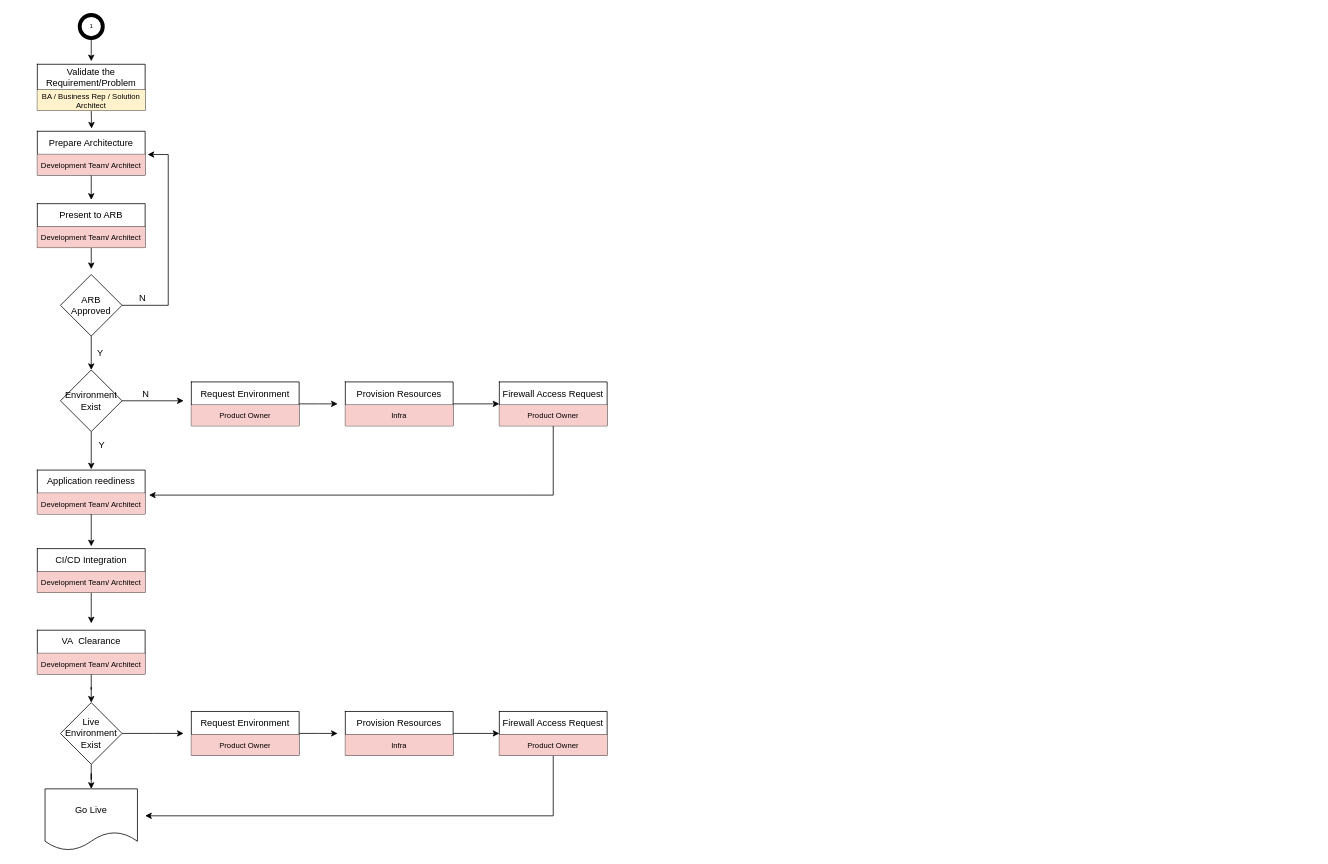
Before: new-project.drawio in WPRANEETH1/diagrams, a draw.io diagram. Source tidied: cells renumbered, new cells numbered last; positions are measured from the earlier drawing's top-left corner, leaving out a move shared by most shapes. Both pictures are drawn from the tidied source at 77%, with x=0, y=0 at pixel (37, 15).
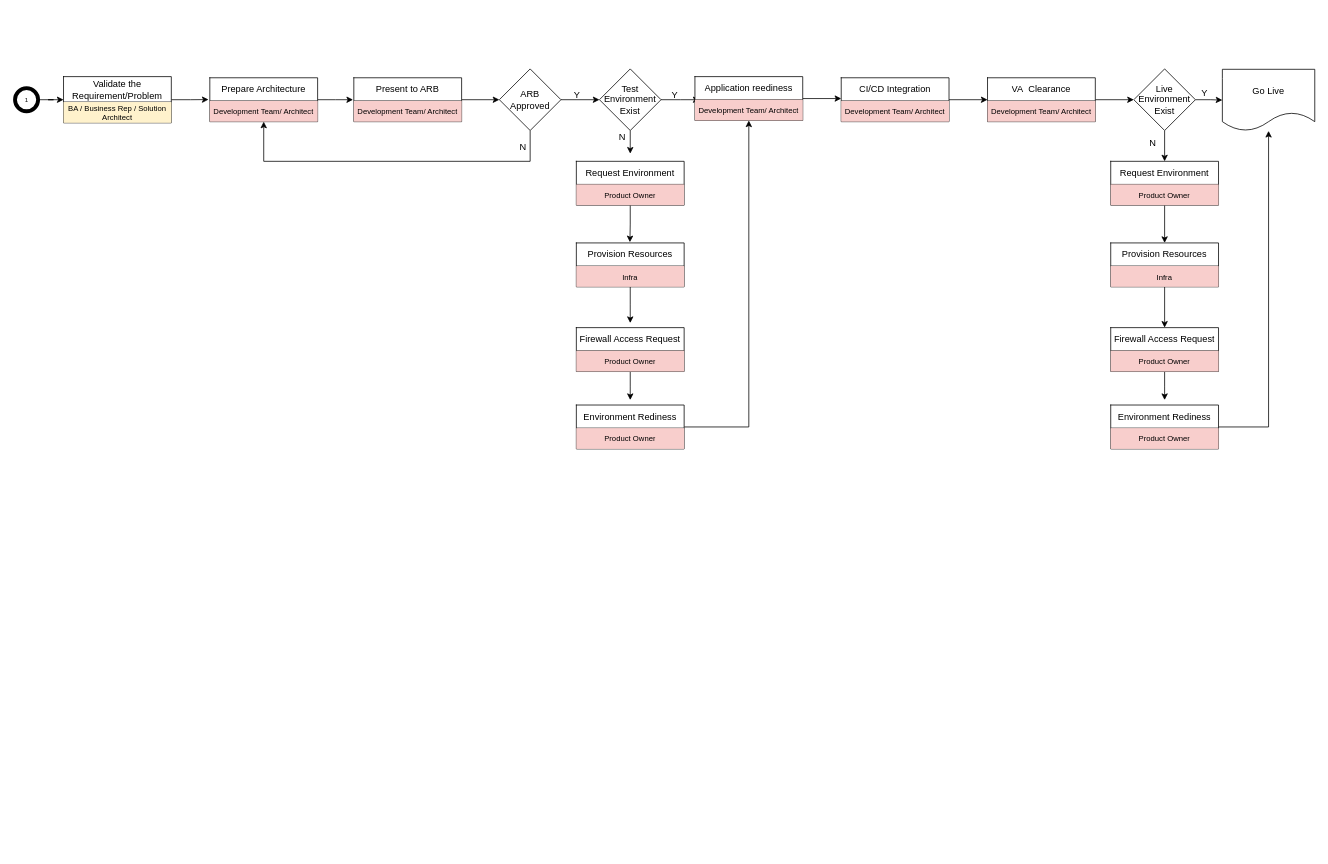
The same diagram, later.

Unchanged cells that the change refers to:
```xml
<mxCell id="13" style="shape=tableRow;horizontal=0;startSize=0;swimlaneHead=0;swimlaneBody=0;top=0;left=0;bottom=0;right=0;fillColor=none;points=[[0,0.5],[1,0.5]];portConstraint=eastwest;" parent="12" vertex="1">
  <mxGeometry width="140" height="30" as="geometry" />
</mxCell>
<mxCell id="35" style="shape=tableRow;horizontal=0;startSize=0;swimlaneHead=0;swimlaneBody=0;top=0;left=0;bottom=0;right=0;fillColor=none;points=[[0,0.5],[1,0.5]];portConstraint=eastwest;" parent="34" vertex="1">
  <mxGeometry width="140" height="30" as="geometry" />
</mxCell>
<mxCell id="44" style="shape=tableRow;horizontal=0;startSize=0;swimlaneHead=0;swimlaneBody=0;top=0;left=0;bottom=0;right=0;fillColor=none;points=[[0,0.5],[1,0.5]];portConstraint=eastwest;" parent="43" vertex="1">
  <mxGeometry width="140" height="30" as="geometry" />
</mxCell>
<mxCell id="56" style="shape=tableRow;horizontal=0;startSize=0;swimlaneHead=0;swimlaneBody=0;top=0;left=0;bottom=0;right=0;fillColor=none;points=[[0,0.5],[1,0.5]];portConstraint=eastwest;" parent="55" vertex="1">
  <mxGeometry width="140" height="30" as="geometry" />
</mxCell>
<mxCell id="62" style="shape=tableRow;horizontal=0;startSize=0;swimlaneHead=0;swimlaneBody=0;top=0;left=0;bottom=0;right=0;fillColor=none;points=[[0,0.5],[1,0.5]];portConstraint=eastwest;" parent="61" vertex="1">
  <mxGeometry width="140" height="30" as="geometry" />
</mxCell>
<mxCell id="68" style="shape=tableRow;horizontal=0;startSize=0;swimlaneHead=0;swimlaneBody=0;top=0;left=0;bottom=0;right=0;fillColor=none;points=[[0,0.5],[1,0.5]];portConstraint=eastwest;" parent="67" vertex="1">
  <mxGeometry width="140" height="30" as="geometry" />
</mxCell>
<mxCell id="74" style="shape=tableRow;horizontal=0;startSize=0;swimlaneHead=0;swimlaneBody=0;top=0;left=0;bottom=0;right=0;fillColor=none;points=[[0,0.5],[1,0.5]];portConstraint=eastwest;" parent="73" vertex="1">
  <mxGeometry width="140" height="30" as="geometry" />
</mxCell>
<mxCell id="80" style="shape=tableRow;horizontal=0;startSize=0;swimlaneHead=0;swimlaneBody=0;top=0;left=0;bottom=0;right=0;fillColor=none;points=[[0,0.5],[1,0.5]];portConstraint=eastwest;" parent="79" vertex="1">
  <mxGeometry width="140" height="30" as="geometry" />
</mxCell>
```

Diff of the diagram source:
```diff
@@
-    <mxCell id="2" style="edgeStyle=orthogonalEdgeStyle;rounded=0;jettySize=auto;html=1;" parent="1" edge="1" source="4">
-      <mxGeometry relative="1" as="geometry">
-        <mxPoint x="190" y="501" as="targetPoint" />
-      </mxGeometry>
-    </mxCell>
-    <mxCell id="3" style="edgeStyle=orthogonalEdgeStyle;rounded=0;jettySize=auto;html=1;entryX=0.5;entryY=-0.033;entryDx=0;entryDy=0;entryPerimeter=0;" parent="1" edge="1" source="4" target="35">
-      <mxGeometry relative="1" as="geometry" />
-    </mxCell>
+    <mxCell id="90" style="edgeStyle=orthogonalEdgeStyle;rounded=0;jettySize=auto;html=1;fontSize=11;" parent="1" edge="1" source="4">
+      <mxGeometry relative="1" as="geometry">
+        <mxPoint x="860" y="110" as="targetPoint" />
+      </mxGeometry>
+    </mxCell>
+    <mxCell id="91" style="edgeStyle=orthogonalEdgeStyle;rounded=0;jettySize=auto;html=1;fontSize=11;" parent="1" edge="1" source="4">
+      <mxGeometry relative="1" as="geometry">
+        <mxPoint x="770" y="180" as="targetPoint" />
+      </mxGeometry>
+    </mxCell>
-    <mxCell id="4" value="Environment Exist" style="rhombus;whiteSpace=wrap;html=1;" parent="1" vertex="1">
-      <mxGeometry x="30" y="461" width="80" height="80" as="geometry" />
+    <mxCell id="4" value="Test Environment Exist" style="rhombus;whiteSpace=wrap;html=1;" parent="1" vertex="1">
+      <mxGeometry x="730" y="70" width="80" height="80" as="geometry" />
     </mxCell>
-    <mxCell id="5" style="edgeStyle=orthogonalEdgeStyle;rounded=0;jettySize=auto;html=1;exitX=0.5;exitY=1;exitDx=0;exitDy=0;entryX=0.503;entryY=-0.119;entryDx=0;entryDy=0;entryPerimeter=0;" parent="1" edge="1" source="6" target="13">
+    <mxCell id="5" style="edgeStyle=orthogonalEdgeStyle;rounded=0;jettySize=auto;html=1;entryX=-0.012;entryY=0.944;entryDx=0;entryDy=0;entryPerimeter=0;" parent="1" edge="1" source="6" target="13">
       <mxGeometry relative="1" as="geometry" />
     </mxCell>
-    <mxCell id="6" style="shape=table;startSize=0;childLayout=tableLayout;" parent="1" vertex="1">
-      <mxGeometry y="64" width="140" height="60" as="geometry" />
+    <mxCell id="6" style="shape=table;startSize=0;childLayout=tableLayout;fontSize=12;" parent="1" vertex="1">
+      <mxGeometry x="34" y="80" width="140" height="60" as="geometry" />
     </mxCell>
@@
-    <mxCell id="11" style="edgeStyle=orthogonalEdgeStyle;rounded=0;jettySize=auto;html=1;" parent="1" edge="1" source="12">
-      <mxGeometry relative="1" as="geometry">
-        <mxPoint x="70" y="240" as="targetPoint" />
-      </mxGeometry>
-    </mxCell>
+    <mxCell id="92" style="edgeStyle=orthogonalEdgeStyle;rounded=0;jettySize=auto;html=1;" parent="1" edge="1" source="12">
+      <mxGeometry relative="1" as="geometry">
+        <mxPoint x="410" y="110" as="targetPoint" />
+      </mxGeometry>
+    </mxCell>
     <mxCell id="12" style="shape=table;startSize=0;childLayout=tableLayout;" parent="1" vertex="1">
-      <mxGeometry y="151" width="140" height="57" as="geometry" />
+      <mxGeometry x="224" y="81.5" width="140" height="57" as="geometry" />
     </mxCell>
@@
-    <mxCell id="17" style="edgeStyle=orthogonalEdgeStyle;rounded=0;jettySize=auto;html=1;" parent="1" edge="1" source="18">
-      <mxGeometry relative="1" as="geometry">
-        <mxPoint x="70" y="330" as="targetPoint" />
-      </mxGeometry>
-    </mxCell>
+    <mxCell id="93" style="edgeStyle=orthogonalEdgeStyle;rounded=0;jettySize=auto;html=1;entryX=0;entryY=0.5;entryDx=0;entryDy=0;fontSize=11;" parent="1" edge="1" source="18" target="25">
+      <mxGeometry relative="1" as="geometry" />
+    </mxCell>
     <mxCell id="18" style="shape=table;startSize=0;childLayout=tableLayout;" parent="1" vertex="1">
-      <mxGeometry y="245" width="140" height="57" as="geometry" />
+      <mxGeometry x="411" y="81.5" width="140" height="57" as="geometry" />
     </mxCell>
@@
-    <mxCell id="23" style="edgeStyle=orthogonalEdgeStyle;rounded=0;jettySize=auto;html=1;entryX=0.5;entryY=0;entryDx=0;entryDy=0;" parent="1" edge="1" source="25" target="4">
+    <mxCell id="23" style="edgeStyle=orthogonalEdgeStyle;rounded=0;jettySize=auto;html=1;entryX=0;entryY=0.5;entryDx=0;entryDy=0;fontSize=11;" parent="1" edge="1" source="25" target="4">
       <mxGeometry relative="1" as="geometry" />
     </mxCell>
-    <mxCell id="24" style="edgeStyle=orthogonalEdgeStyle;rounded=0;jettySize=auto;html=1;entryX=1.023;entryY=1.006;entryDx=0;entryDy=0;entryPerimeter=0;" parent="1" edge="1" source="25" target="13">
-      <mxGeometry relative="1" as="geometry">
-        <Array as="points">
-          <mxPoint x="170" y="377" />
-          <mxPoint x="170" y="181" />
-        </Array>
-      </mxGeometry>
-    </mxCell>
+    <mxCell id="94" style="edgeStyle=orthogonalEdgeStyle;rounded=0;jettySize=auto;html=1;entryX=0.5;entryY=1;entryDx=0;entryDy=0;fontSize=11;" parent="1" edge="1" source="25" target="12">
+      <mxGeometry relative="1" as="geometry">
+        <Array as="points">
+          <mxPoint x="640" y="190" />
+          <mxPoint x="294" y="190" />
+        </Array>
+      </mxGeometry>
+    </mxCell>
     <mxCell id="25" value="ARB Approved" style="rhombus;whiteSpace=wrap;html=1;startSize=0;" parent="1" vertex="1">
-      <mxGeometry x="30" y="337" width="80" height="80" as="geometry" />
+      <mxGeometry x="600" y="70" width="80" height="80" as="geometry" />
     </mxCell>
     <mxCell id="26" value="Go Live" style="shape=document;whiteSpace=wrap;html=1;boundedLbl=1;startSize=0;" parent="1" vertex="1">
-      <mxGeometry x="10" y="1005" width="120" height="80" as="geometry" />
+      <mxGeometry x="1539" y="70.5" width="120" height="80" as="geometry" />
     </mxCell>
-    <mxCell id="27" style="edgeStyle=orthogonalEdgeStyle;rounded=0;jettySize=auto;html=1;" parent="1" edge="1" source="28">
-      <mxGeometry relative="1" as="geometry">
-        <mxPoint x="390" y="505" as="targetPoint" />
-      </mxGeometry>
-    </mxCell>
+    <mxCell id="95" style="edgeStyle=orthogonalEdgeStyle;rounded=0;jettySize=auto;html=1;entryX=0.497;entryY=-0.031;entryDx=0;entryDy=0;entryPerimeter=0;fontSize=11;" parent="1" edge="1" source="28" target="62">
+      <mxGeometry relative="1" as="geometry" />
+    </mxCell>
     <mxCell id="28" style="shape=table;startSize=0;childLayout=tableLayout;" parent="1" vertex="1">
-      <mxGeometry x="200" y="476.5" width="140" height="57" as="geometry" />
+      <mxGeometry x="700" y="190" width="140" height="57" as="geometry" />
     </mxCell>
@@
-    <mxCell id="33" style="edgeStyle=orthogonalEdgeStyle;rounded=0;jettySize=auto;html=1;" parent="1" edge="1" source="34">
-      <mxGeometry relative="1" as="geometry">
-        <mxPoint x="70" y="690" as="targetPoint" />
-      </mxGeometry>
-    </mxCell>
+    <mxCell id="96" style="edgeStyle=orthogonalEdgeStyle;rounded=0;jettySize=auto;html=1;entryX=0;entryY=0.9;entryDx=0;entryDy=0;entryPerimeter=0;fontSize=11;" parent="1" edge="1" source="34" target="44">
+      <mxGeometry relative="1" as="geometry" />
+    </mxCell>
     <mxCell id="34" style="shape=table;startSize=0;childLayout=tableLayout;" parent="1" vertex="1">
-      <mxGeometry y="591" width="140" height="57" as="geometry" />
+      <mxGeometry x="854" y="80" width="140" height="57" as="geometry" />
     </mxCell>
@@
+    <mxCell id="97" style="edgeStyle=orthogonalEdgeStyle;rounded=0;jettySize=auto;html=1;entryX=0.5;entryY=0;entryDx=0;entryDy=0;entryPerimeter=0;fontSize=11;" parent="1" edge="1" source="41" target="74">
+      <mxGeometry relative="1" as="geometry" />
+    </mxCell>
-    <mxCell id="39" style="edgeStyle=orthogonalEdgeStyle;rounded=0;jettySize=auto;html=1;entryX=0.5;entryY=0;entryDx=0;entryDy=0;" parent="1" edge="1" source="41" target="26">
+    <mxCell id="39" style="edgeStyle=orthogonalEdgeStyle;rounded=0;jettySize=auto;html=1;entryX=0;entryY=0.5;entryDx=0;entryDy=0;fontSize=11;" parent="1" edge="1" source="41" target="26">
       <mxGeometry relative="1" as="geometry" />
     </mxCell>
-    <mxCell id="40" style="edgeStyle=orthogonalEdgeStyle;rounded=0;jettySize=auto;html=1;" parent="1" edge="1" source="41">
-      <mxGeometry relative="1" as="geometry">
-        <mxPoint x="190" y="933" as="targetPoint" />
-      </mxGeometry>
-    </mxCell>
     <mxCell id="41" value="Live Environment Exist" style="rhombus;whiteSpace=wrap;html=1;" parent="1" vertex="1">
-      <mxGeometry x="30" y="893" width="80" height="80" as="geometry" />
+      <mxGeometry x="1424" y="70" width="80" height="80" as="geometry" />
     </mxCell>
-    <mxCell id="42" style="edgeStyle=orthogonalEdgeStyle;rounded=0;jettySize=auto;html=1;" parent="1" edge="1" source="43">
-      <mxGeometry relative="1" as="geometry">
-        <mxPoint x="70" y="790" as="targetPoint" />
-      </mxGeometry>
-    </mxCell>
+    <mxCell id="98" style="edgeStyle=orthogonalEdgeStyle;rounded=0;jettySize=auto;html=1;entryX=0;entryY=0.95;entryDx=0;entryDy=0;entryPerimeter=0;fontSize=11;" parent="1" edge="1" source="43" target="68">
+      <mxGeometry relative="1" as="geometry" />
+    </mxCell>
     <mxCell id="43" style="shape=table;startSize=0;childLayout=tableLayout;" parent="1" vertex="1">
-      <mxGeometry y="693" width="140" height="57" as="geometry" />
+      <mxGeometry x="1044" y="81.5" width="140" height="57" as="geometry" />
     </mxCell>
@@
-    <mxCell id="48" style="edgeStyle=orthogonalEdgeStyle;rounded=0;jettySize=auto;html=1;" parent="1" edge="1" source="49">
-      <mxGeometry relative="1" as="geometry">
-        <mxPoint x="70" y="60" as="targetPoint" />
-      </mxGeometry>
-    </mxCell>
+    <mxCell id="99" style="edgeStyle=orthogonalEdgeStyle;rounded=0;jettySize=auto;html=1;entryX=0;entryY=0.5;entryDx=0;entryDy=0;" parent="1" edge="1" source="49" target="6">
+      <mxGeometry relative="1" as="geometry" />
+    </mxCell>
     <mxCell id="49" value="1" style="shape=ellipse;html=1;dashed=0;whitespace=wrap;perimeter=ellipsePerimeter;fontSize=8;strokeWidth=5;" parent="1" vertex="1">
-      <mxGeometry x="55" width="30" height="30" as="geometry" />
+      <mxGeometry x="-29" y="95" width="30" height="30" as="geometry" />
     </mxCell>
     <mxCell id="50" value="N" style="text;html=1;strokeColor=none;fillColor=none;align=center;verticalAlign=middle;whiteSpace=wrap;rounded=0;" parent="1" vertex="1">
-      <mxGeometry x="107" y="353" width="60" height="30" as="geometry" />
+      <mxGeometry x="601" y="157" width="60" height="30" as="geometry" />
     </mxCell>
     <mxCell id="51" value="N" style="text;html=1;strokeColor=none;fillColor=none;align=center;verticalAlign=middle;whiteSpace=wrap;rounded=0;" parent="1" vertex="1">
-      <mxGeometry x="111" y="476.5" width="60" height="30" as="geometry" />
+      <mxGeometry x="730" y="144" width="60" height="30" as="geometry" />
     </mxCell>
     <mxCell id="52" value="Y" style="text;html=1;strokeColor=none;fillColor=none;align=center;verticalAlign=middle;whiteSpace=wrap;rounded=0;" parent="1" vertex="1">
-      <mxGeometry x="52" y="424" width="60" height="30" as="geometry" />
+      <mxGeometry x="798" y="88.5" width="60" height="30" as="geometry" />
     </mxCell>
     <mxCell id="53" value="Y" style="text;html=1;strokeColor=none;fillColor=none;align=center;verticalAlign=middle;whiteSpace=wrap;rounded=0;" parent="1" vertex="1">
-      <mxGeometry x="54" y="544" width="60" height="30" as="geometry" />
+      <mxGeometry x="671" y="88.5" width="60" height="30" as="geometry" />
     </mxCell>
-    <mxCell id="54" style="edgeStyle=orthogonalEdgeStyle;rounded=0;jettySize=auto;html=1;entryX=1.036;entryY=1.083;entryDx=0;entryDy=0;entryPerimeter=0;" parent="1" edge="1" source="55" target="35">
-      <mxGeometry relative="1" as="geometry" />
-    </mxCell>
+    <mxCell id="100" style="edgeStyle=orthogonalEdgeStyle;rounded=0;jettySize=auto;html=1;fontSize=11;" parent="1" edge="1" source="55">
+      <mxGeometry relative="1" as="geometry">
+        <mxPoint x="770" y="500" as="targetPoint" />
+      </mxGeometry>
+    </mxCell>
     <mxCell id="55" style="shape=table;startSize=0;childLayout=tableLayout;" parent="1" vertex="1">
-      <mxGeometry x="600" y="476.5" width="140" height="57" as="geometry" />
+      <mxGeometry x="700" y="406" width="140" height="57" as="geometry" />
     </mxCell>
@@
-    <mxCell id="60" style="edgeStyle=orthogonalEdgeStyle;rounded=0;jettySize=auto;html=1;entryX=0;entryY=0.95;entryDx=0;entryDy=0;entryPerimeter=0;" parent="1" edge="1" source="61" target="56">
-      <mxGeometry relative="1" as="geometry" />
-    </mxCell>
+    <mxCell id="101" style="edgeStyle=orthogonalEdgeStyle;rounded=0;jettySize=auto;html=1;fontSize=11;" parent="1" edge="1" source="61">
+      <mxGeometry relative="1" as="geometry">
+        <mxPoint x="770" y="400" as="targetPoint" />
+      </mxGeometry>
+    </mxCell>
     <mxCell id="61" style="shape=table;startSize=0;childLayout=tableLayout;" parent="1" vertex="1">
-      <mxGeometry x="400" y="476.5" width="140" height="57" as="geometry" />
+      <mxGeometry x="700" y="296" width="140" height="57" as="geometry" />
     </mxCell>
@@
-    <mxCell id="66" style="edgeStyle=orthogonalEdgeStyle;rounded=0;jettySize=auto;html=1;entryX=0.5;entryY=0;entryDx=0;entryDy=0;" parent="1" edge="1" source="67" target="41">
+    <mxCell id="66" style="edgeStyle=orthogonalEdgeStyle;rounded=0;jettySize=auto;html=1;entryX=0;entryY=0.5;entryDx=0;entryDy=0;fontSize=11;" parent="1" edge="1" source="67" target="41">
       <mxGeometry relative="1" as="geometry" />
     </mxCell>
     <mxCell id="67" style="shape=table;startSize=0;childLayout=tableLayout;" parent="1" vertex="1">
-      <mxGeometry y="799" width="140" height="57" as="geometry" />
+      <mxGeometry x="1234" y="81.5" width="140" height="57" as="geometry" />
     </mxCell>
@@
-    <mxCell id="72" style="edgeStyle=orthogonalEdgeStyle;rounded=0;jettySize=auto;html=1;" parent="1" edge="1" source="73">
-      <mxGeometry relative="1" as="geometry">
-        <mxPoint x="390" y="933" as="targetPoint" />
-      </mxGeometry>
-    </mxCell>
+    <mxCell id="102" style="edgeStyle=orthogonalEdgeStyle;rounded=0;jettySize=auto;html=1;entryX=0.5;entryY=0;entryDx=0;entryDy=0;fontSize=11;" parent="1" edge="1" source="73" target="85">
+      <mxGeometry relative="1" as="geometry" />
+    </mxCell>
     <mxCell id="73" style="shape=table;startSize=0;childLayout=tableLayout;" parent="1" vertex="1">
-      <mxGeometry x="200" y="904.5" width="140" height="57" as="geometry" />
+      <mxGeometry x="1394" y="190" width="140" height="57" as="geometry" />
     </mxCell>
@@
-    <mxCell id="78" style="edgeStyle=orthogonalEdgeStyle;rounded=0;jettySize=auto;html=1;" parent="1" edge="1" source="79">
-      <mxGeometry relative="1" as="geometry">
-        <mxPoint x="140" y="1040" as="targetPoint" />
-        <Array as="points">
-          <mxPoint x="670" y="1040" />
-        </Array>
-      </mxGeometry>
-    </mxCell>
+    <mxCell id="103" style="edgeStyle=orthogonalEdgeStyle;rounded=0;jettySize=auto;html=1;fontSize=11;" parent="1" edge="1" source="79">
+      <mxGeometry relative="1" as="geometry">
+        <mxPoint x="1464" y="500" as="targetPoint" />
+      </mxGeometry>
+    </mxCell>
     <mxCell id="79" style="shape=table;startSize=0;childLayout=tableLayout;" parent="1" vertex="1">
-      <mxGeometry x="600" y="904.5" width="140" height="57" as="geometry" />
+      <mxGeometry x="1394" y="406" width="140" height="57" as="geometry" />
     </mxCell>
@@
-    <mxCell id="84" style="edgeStyle=orthogonalEdgeStyle;rounded=0;jettySize=auto;html=1;entryX=0;entryY=0.95;entryDx=0;entryDy=0;entryPerimeter=0;" parent="1" edge="1" source="85" target="80">
-      <mxGeometry relative="1" as="geometry" />
-    </mxCell>
+    <mxCell id="104" style="edgeStyle=orthogonalEdgeStyle;rounded=0;jettySize=auto;html=1;entryX=0.5;entryY=0;entryDx=0;entryDy=0;fontSize=11;" parent="1" edge="1" source="85" target="79">
+      <mxGeometry relative="1" as="geometry" />
+    </mxCell>
     <mxCell id="85" style="shape=table;startSize=0;childLayout=tableLayout;" parent="1" vertex="1">
-      <mxGeometry x="400" y="904.5" width="140" height="57" as="geometry" />
+      <mxGeometry x="1394" y="296" width="140" height="57" as="geometry" />
     </mxCell>
@@
+    <mxCell id="105" style="edgeStyle=orthogonalEdgeStyle;rounded=0;jettySize=auto;html=1;entryX=0.5;entryY=1;entryDx=0;entryDy=0;fontSize=11;" parent="1" edge="1" source="106" target="34">
+      <mxGeometry relative="1" as="geometry" />
+    </mxCell>
+    <mxCell id="106" style="shape=table;startSize=0;childLayout=tableLayout;" parent="1" vertex="1">
+      <mxGeometry x="700" y="506.5" width="140" height="57" as="geometry" />
+    </mxCell>
+    <mxCell id="107" style="shape=tableRow;horizontal=0;startSize=0;swimlaneHead=0;swimlaneBody=0;top=0;left=0;bottom=0;right=0;fillColor=none;" parent="106" vertex="1">
+      <mxGeometry width="140" height="30" as="geometry" />
+    </mxCell>
+    <mxCell id="108" value="Environment Rediness" style="shape=partialRectangle;html=1;whiteSpace=wrap;overflow=hidden;fillColor=none;top=0;left=0;bottom=0;right=0;" parent="107" vertex="1">
+      <mxGeometry width="140" height="30" as="geometry" />
+    </mxCell>
+    <mxCell id="109" style="shape=tableRow;horizontal=0;startSize=0;swimlaneHead=0;swimlaneBody=0;top=0;left=0;bottom=0;right=0;fillColor=none;" parent="106" vertex="1">
+      <mxGeometry y="30" width="140" height="27" as="geometry" />
+    </mxCell>
+    <mxCell id="110" value="Product Owner" style="shape=partialRectangle;html=1;whiteSpace=wrap;overflow=hidden;fillColor=#f8cecc;top=0;left=0;bottom=0;right=0;strokeColor=#b85450;fontSize=10;" parent="109" vertex="1">
+      <mxGeometry width="140" height="27" as="geometry" />
+    </mxCell>
+    <mxCell id="111" style="edgeStyle=orthogonalEdgeStyle;rounded=0;jettySize=auto;html=1;fontSize=11;" parent="1" edge="1" source="112" target="26">
+      <mxGeometry relative="1" as="geometry" />
+    </mxCell>
+    <mxCell id="112" style="shape=table;startSize=0;childLayout=tableLayout;" parent="1" vertex="1">
+      <mxGeometry x="1394" y="506.5" width="140" height="57" as="geometry" />
+    </mxCell>
+    <mxCell id="113" style="shape=tableRow;horizontal=0;startSize=0;swimlaneHead=0;swimlaneBody=0;top=0;left=0;bottom=0;right=0;fillColor=none;" parent="112" vertex="1">
+      <mxGeometry width="140" height="30" as="geometry" />
+    </mxCell>
+    <mxCell id="114" value="Environment Rediness" style="shape=partialRectangle;html=1;whiteSpace=wrap;overflow=hidden;fillColor=none;top=0;left=0;bottom=0;right=0;" parent="113" vertex="1">
+      <mxGeometry width="140" height="30" as="geometry" />
+    </mxCell>
+    <mxCell id="115" style="shape=tableRow;horizontal=0;startSize=0;swimlaneHead=0;swimlaneBody=0;top=0;left=0;bottom=0;right=0;fillColor=none;" parent="112" vertex="1">
+      <mxGeometry y="30" width="140" height="27" as="geometry" />
+    </mxCell>
+    <mxCell id="116" value="Product Owner" style="shape=partialRectangle;html=1;whiteSpace=wrap;overflow=hidden;fillColor=#f8cecc;top=0;left=0;bottom=0;right=0;strokeColor=#b85450;fontSize=10;" parent="115" vertex="1">
+      <mxGeometry width="140" height="27" as="geometry" />
+    </mxCell>
+    <mxCell id="117" value="Y" style="text;html=1;strokeColor=none;fillColor=none;align=center;verticalAlign=middle;whiteSpace=wrap;rounded=0;" parent="1" vertex="1">
+      <mxGeometry x="1486" y="86.5" width="60" height="30" as="geometry" />
+    </mxCell>
+    <mxCell id="118" value="N" style="text;html=1;strokeColor=none;fillColor=none;align=center;verticalAlign=middle;whiteSpace=wrap;rounded=0;" parent="1" vertex="1">
+      <mxGeometry x="1419" y="151" width="60" height="30" as="geometry" />
+    </mxCell>
```
